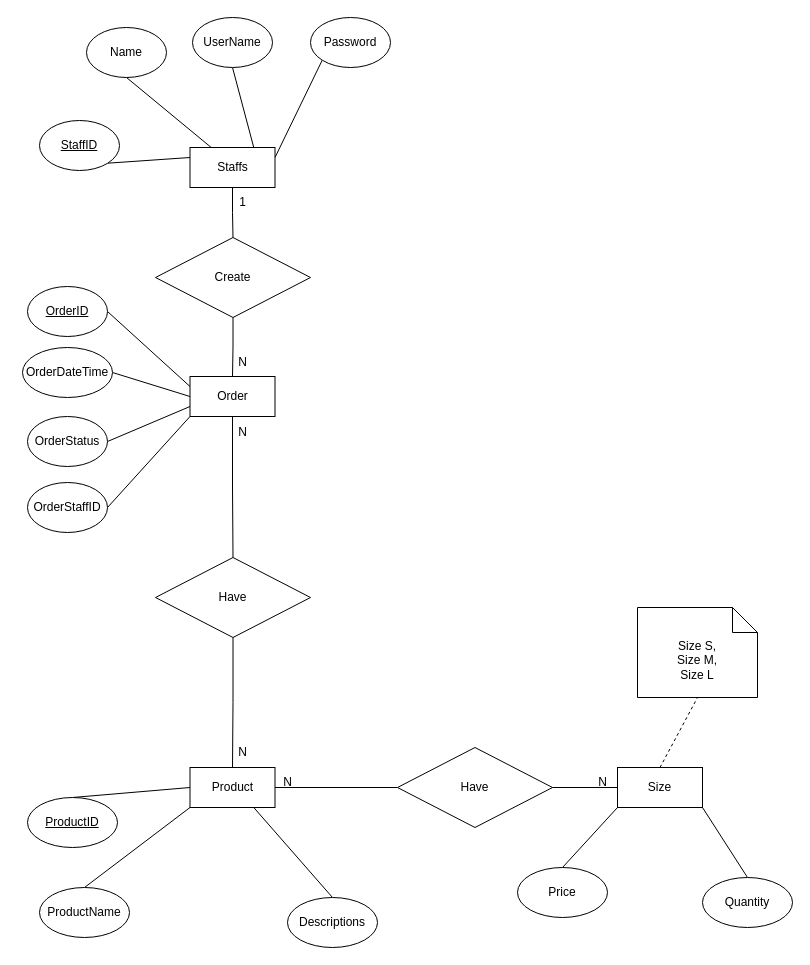
The draw.io diagram page "ERDConcept" (1 of 2) of Diagram/Entity Relationship Diagram/ERD1.drawio in NDuc-Dev/Project-1, before the edit. Source tidied: cells renumbered, new cells numbered last; positions are measured from the earlier drawing's top-left corner, leaving out a move shared by most shapes. Both pictures are drawn from the tidied source at 100%, with x=0, y=0 at pixel (22, 17).
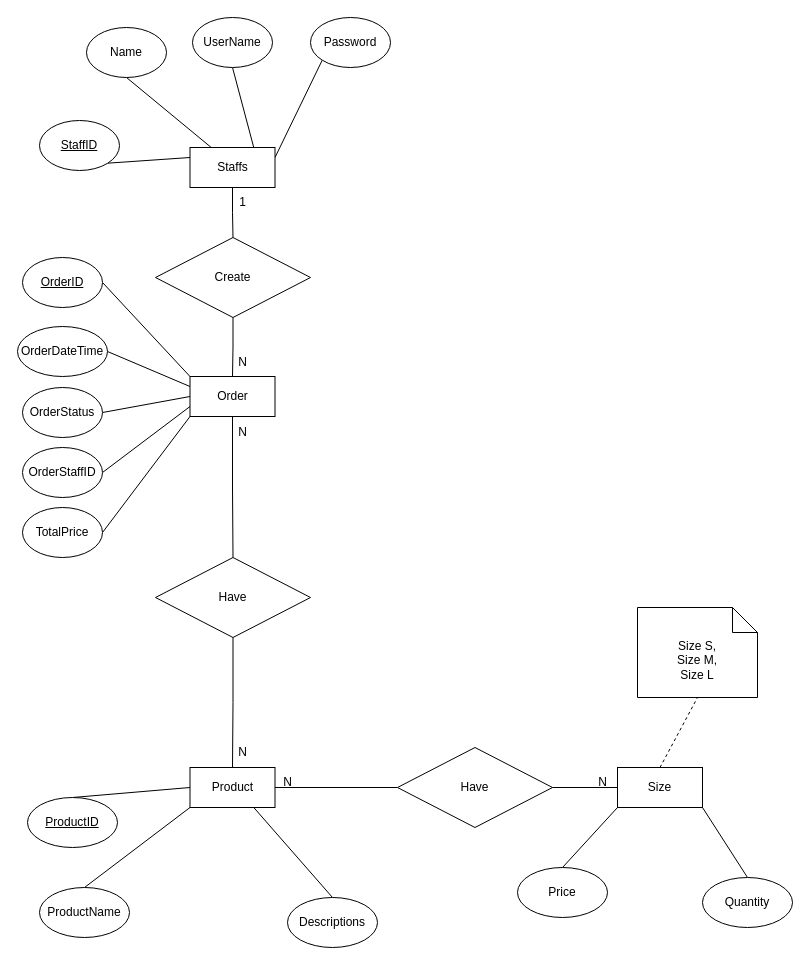
Above is the later version.

Unchanged cells that the change refers to:
```xml
<mxCell id="17" value="Order" style="rounded=0;whiteSpace=wrap;html=1;" parent="1" vertex="1">
  <mxGeometry x="167.5" y="359" width="85" height="40" as="geometry" />
</mxCell>
```

Change to the diagram source:
```diff
@@
-    <mxCell id="12" style="rounded=0;jettySize=auto;html=1;exitX=0;exitY=0.25;exitDx=0;exitDy=0;entryX=1;entryY=0.5;entryDx=0;entryDy=0;endArrow=none;endFill=0;" parent="1" edge="1" source="17" target="22">
+    <mxCell id="12" style="rounded=0;jettySize=auto;html=1;exitX=0;exitY=0;exitDx=0;exitDy=0;entryX=1;entryY=0.5;entryDx=0;entryDy=0;endArrow=none;endFill=0;" parent="1" edge="1" source="17" target="22">
       <mxGeometry relative="1" as="geometry" />
     </mxCell>
-    <mxCell id="13" style="rounded=0;jettySize=auto;html=1;exitX=0;exitY=0.5;exitDx=0;exitDy=0;entryX=1;entryY=0.5;entryDx=0;entryDy=0;endArrow=none;endFill=0;" parent="1" edge="1" source="17" target="23">
+    <mxCell id="13" style="rounded=0;jettySize=auto;html=1;exitX=0;exitY=0.25;exitDx=0;exitDy=0;entryX=1;entryY=0.5;entryDx=0;entryDy=0;endArrow=none;endFill=0;" parent="1" edge="1" source="17" target="23">
       <mxGeometry relative="1" as="geometry" />
     </mxCell>
-    <mxCell id="14" style="rounded=0;jettySize=auto;html=1;exitX=0;exitY=0.75;exitDx=0;exitDy=0;entryX=1;entryY=0.5;entryDx=0;entryDy=0;endArrow=none;endFill=0;" parent="1" edge="1" source="17" target="24">
+    <mxCell id="14" style="rounded=0;jettySize=auto;html=1;exitX=0;exitY=0.5;exitDx=0;exitDy=0;entryX=1;entryY=0.5;entryDx=0;entryDy=0;endArrow=none;endFill=0;" parent="1" edge="1" source="17" target="24">
       <mxGeometry relative="1" as="geometry" />
     </mxCell>
@@
-    <mxCell id="16" style="rounded=0;jettySize=auto;html=1;exitX=0;exitY=1;exitDx=0;exitDy=0;entryX=1;entryY=0.5;entryDx=0;entryDy=0;endArrow=none;endFill=0;" parent="1" edge="1" source="17" target="41">
+    <mxCell id="16" style="rounded=0;jettySize=auto;html=1;exitX=0;exitY=0.75;exitDx=0;exitDy=0;entryX=1;entryY=0.5;entryDx=0;entryDy=0;endArrow=none;endFill=0;" parent="1" edge="1" source="17" target="41">
       <mxGeometry relative="1" as="geometry" />
     </mxCell>
+    <mxCell id="49" style="edgeStyle=none;html=1;exitX=0;exitY=1;exitDx=0;exitDy=0;entryX=1;entryY=0.5;entryDx=0;entryDy=0;endArrow=none;endFill=0;" parent="1" edge="1" source="17" target="50">
+      <mxGeometry relative="1" as="geometry" />
+    </mxCell>
@@
     <mxCell id="22" value="&lt;u&gt;OrderID&lt;/u&gt;" style="ellipse;whiteSpace=wrap;html=1;" parent="1" vertex="1">
-      <mxGeometry x="5" y="269" width="80" height="50" as="geometry" />
+      <mxGeometry y="240" width="80" height="50" as="geometry" />
     </mxCell>
     <mxCell id="23" value="OrderDateTime" style="ellipse;whiteSpace=wrap;html=1;" parent="1" vertex="1">
-      <mxGeometry y="330" width="90" height="50" as="geometry" />
+      <mxGeometry x="-5" y="309" width="90" height="50" as="geometry" />
     </mxCell>
     <mxCell id="24" value="OrderStatus" style="ellipse;whiteSpace=wrap;html=1;" parent="1" vertex="1">
-      <mxGeometry x="5" y="399" width="80" height="50" as="geometry" />
+      <mxGeometry y="370" width="80" height="50" as="geometry" />
     </mxCell>
@@
     <mxCell id="41" value="OrderStaffID" style="ellipse;whiteSpace=wrap;html=1;" parent="1" vertex="1">
-      <mxGeometry x="5" y="465" width="80" height="50" as="geometry" />
+      <mxGeometry y="430" width="80" height="50" as="geometry" />
     </mxCell>
@@
+    <mxCell id="50" value="TotalPrice" style="ellipse;whiteSpace=wrap;html=1;" parent="1" vertex="1">
+      <mxGeometry y="490" width="80" height="50" as="geometry" />
+    </mxCell>
```
